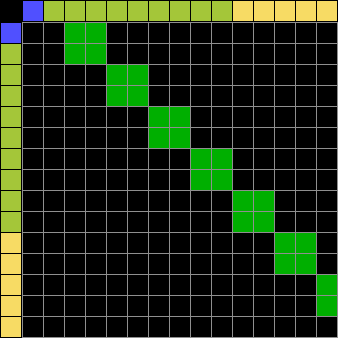
Above: connected_rectangle/dependencies.png in jin/android-projects (Graphviz), before the change. Its source is kept beside it as connected_rectangle/dependencies.dot. Its diagram source:
```dot
digraph connected_rectangle {
  androidAppModule0 -> androidAppModule2, androidAppModule3;
  androidAppModule1 -> androidAppModule2, androidAppModule3;
  androidAppModule2 -> androidAppModule4, androidAppModule5;
  androidAppModule3 -> androidAppModule4, androidAppModule5;
  androidAppModule4 -> androidAppModule6, androidAppModule7;
  androidAppModule5 -> androidAppModule6, androidAppModule7;
  androidAppModule6 -> androidAppModule8, androidAppModule9;
  androidAppModule7 -> androidAppModule8, androidAppModule9;
  androidAppModule8 -> module0, module1;
  androidAppModule9 -> module0, module1;
  module0 -> module2, module3;
  module1 -> module2, module3;
  module2 -> module4;
  module3 -> module4;
  module4;
}
```
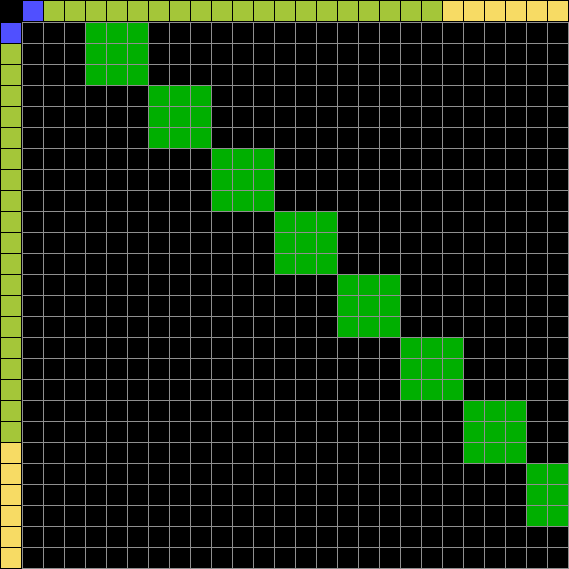
The same diagram one commit later.

What changed in the source:
```diff
@@ -1,17 +1,28 @@
 digraph connected_rectangle {
-  androidAppModule0 -> androidAppModule2, androidAppModule3;
-  androidAppModule1 -> androidAppModule2, androidAppModule3;
-  androidAppModule2 -> androidAppModule4, androidAppModule5;
-  androidAppModule3 -> androidAppModule4, androidAppModule5;
-  androidAppModule4 -> androidAppModule6, androidAppModule7;
-  androidAppModule5 -> androidAppModule6, androidAppModule7;
-  androidAppModule6 -> androidAppModule8, androidAppModule9;
-  androidAppModule7 -> androidAppModule8, androidAppModule9;
-  androidAppModule8 -> module0, module1;
-  androidAppModule9 -> module0, module1;
-  module0 -> module2, module3;
-  module1 -> module2, module3;
-  module2 -> module4;
-  module3 -> module4;
+  androidAppModule0 -> androidAppModule3, androidAppModule4, androidAppModule5;
+  androidAppModule1 -> androidAppModule3, androidAppModule4, androidAppModule5;
+  androidAppModule2 -> androidAppModule3, androidAppModule4, androidAppModule5;
+  androidAppModule3 -> androidAppModule6, androidAppModule7, androidAppModule8;
+  androidAppModule4 -> androidAppModule6, androidAppModule7, androidAppModule8;
+  androidAppModule5 -> androidAppModule6, androidAppModule7, androidAppModule8;
+  androidAppModule6 -> androidAppModule10, androidAppModule11, androidAppModule9;
+  androidAppModule7 -> androidAppModule10, androidAppModule11, androidAppModule9;
+  androidAppModule8 -> androidAppModule10, androidAppModule11, androidAppModule9;
+  androidAppModule9 -> androidAppModule12, androidAppModule13, androidAppModule14;
+  androidAppModule10 -> androidAppModule12, androidAppModule13, androidAppModule14;
+  androidAppModule11 -> androidAppModule12, androidAppModule13, androidAppModule14;
+  androidAppModule12 -> androidAppModule15, androidAppModule16, androidAppModule17;
+  androidAppModule13 -> androidAppModule15, androidAppModule16, androidAppModule17;
+  androidAppModule14 -> androidAppModule15, androidAppModule16, androidAppModule17;
+  androidAppModule15 -> androidAppModule18, androidAppModule19, module0;
+  androidAppModule16 -> androidAppModule18, androidAppModule19, module0;
+  androidAppModule17 -> androidAppModule18, androidAppModule19, module0;
+  androidAppModule18 -> module1, module2, module3;
+  androidAppModule19 -> module1, module2, module3;
+  module0 -> module1, module2, module3;
+  module1 -> module4, module5;
+  module2 -> module4, module5;
+  module3 -> module4, module5;
   module4;
+  module5;
 }
```
